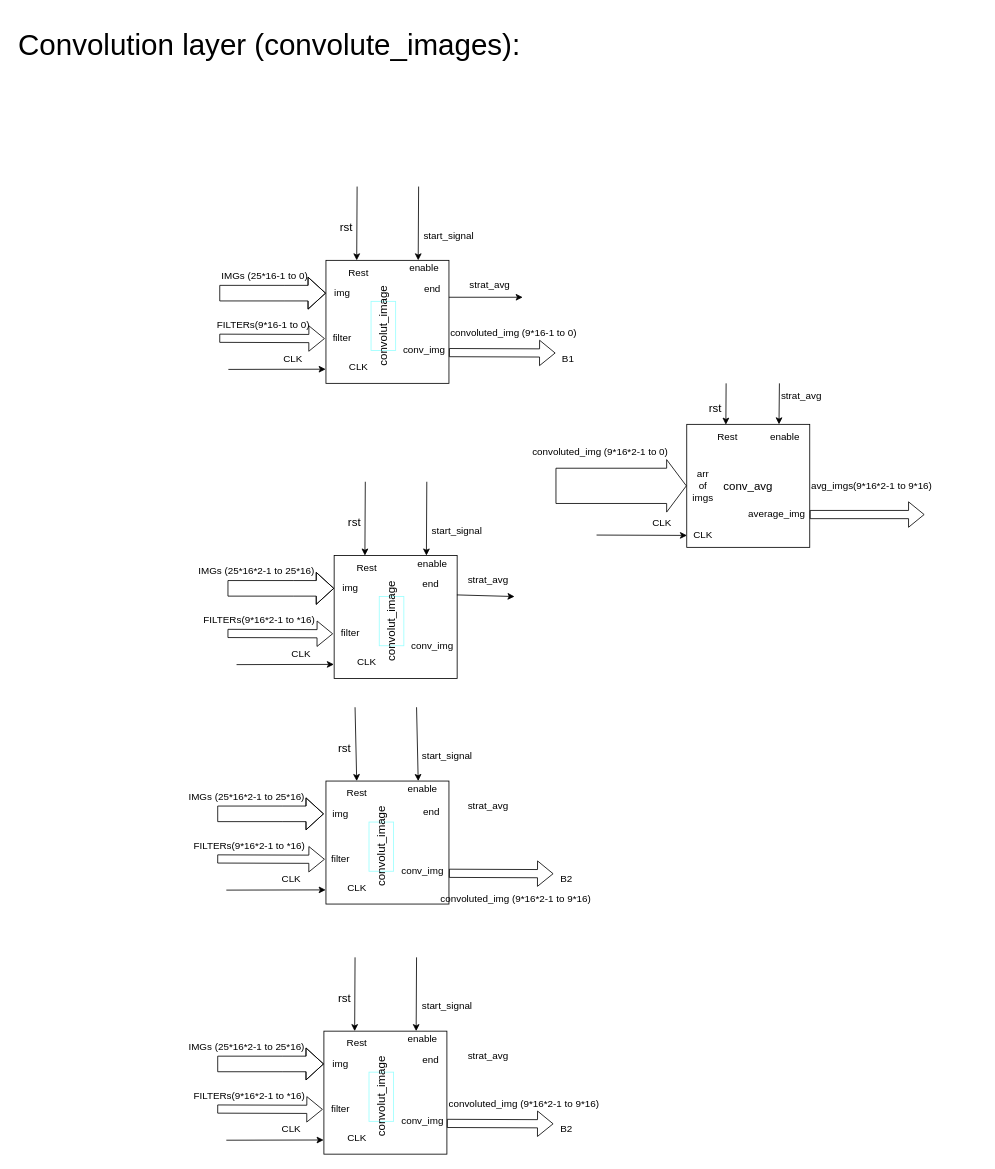
Above: design/Untitled Diagram.drawio in abdallahabusedo/DCNN (draw.io), before the change. Source tidied: cells renumbered, new cells numbered last; positions are measured from the earlier drawing's top-left corner, leaving out a move shared by most shapes. Both pictures are drawn from the tidied source at 82%, with x=0, y=0 at pixel (14, 22).
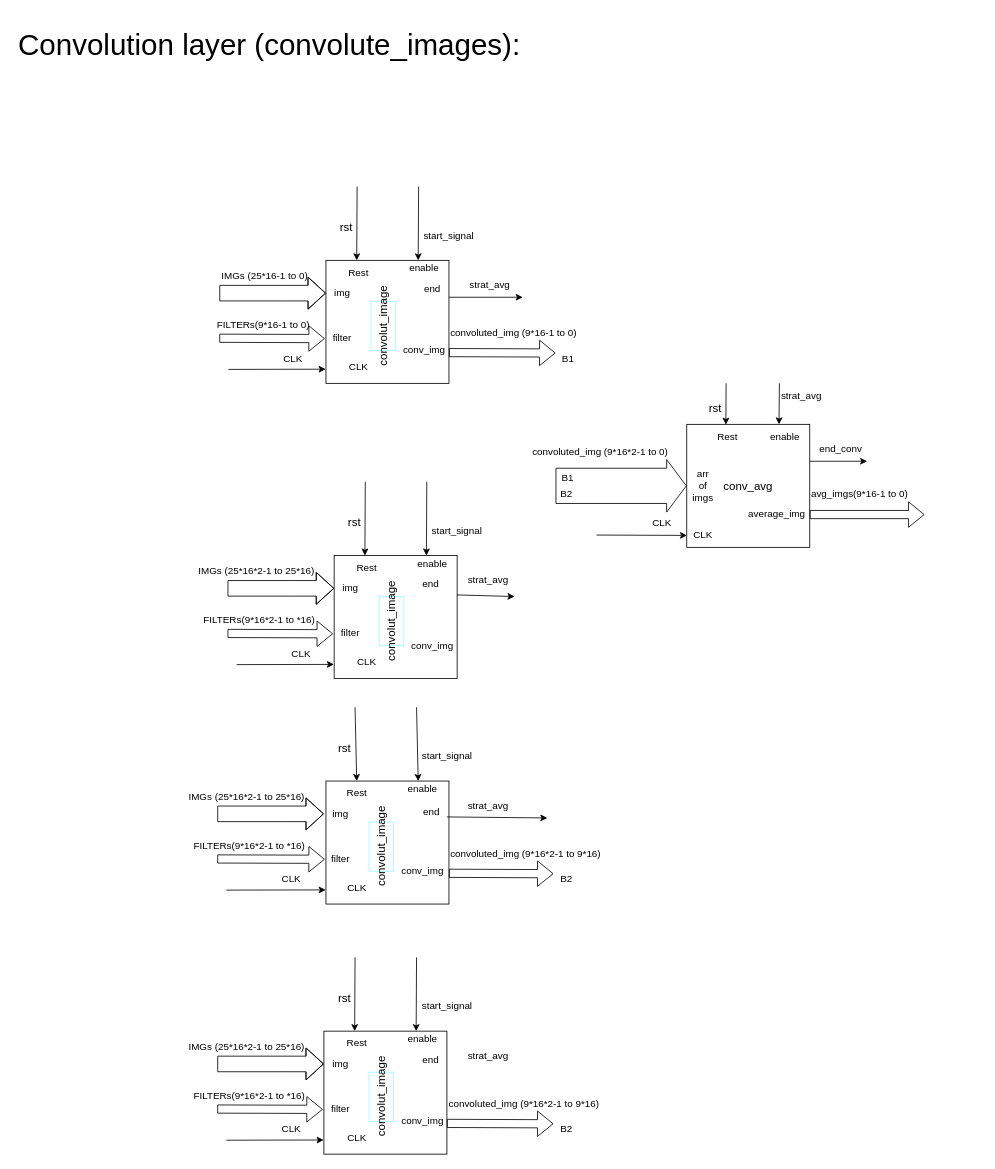
After the change.

Commit message (it also covers changes not shown here):
Update convolute_images design

The change refers to these unchanged cells:
```xml
<mxCell id="98" value="end" style="text;html=1;strokeColor=none;fillColor=none;align=center;verticalAlign=middle;whiteSpace=wrap;rounded=0;" parent="1" vertex="1">
  <mxGeometry x="490" y="950" width="37.5" height="25" as="geometry" />
</mxCell>
```

The edit, as a diff of the source:
```diff
@@
-    <mxCell id="46" value="avg_imgs&lt;span&gt;(9*16*2-1 to 9*16)&amp;nbsp;&lt;/span&gt;" style="text;html=1;strokeColor=none;fillColor=none;align=left;verticalAlign=middle;whiteSpace=wrap;rounded=0;" parent="1" vertex="1">
-      <mxGeometry x="970" y="555" width="210" height="20" as="geometry" />
+    <mxCell id="46" value="avg_imgs&lt;span&gt;(9*16-1 to 0)&amp;nbsp;&lt;/span&gt;" style="text;html=1;strokeColor=none;fillColor=none;align=left;verticalAlign=middle;whiteSpace=wrap;rounded=0;" parent="1" vertex="1">
+      <mxGeometry x="970" y="565" width="210" height="20" as="geometry" />
     </mxCell>
@@
     <mxCell id="91" value="&lt;h1&gt;&lt;span style=&quot;font-weight: normal&quot;&gt;&lt;font style=&quot;font-size: 12px&quot;&gt;convoluted_img&amp;nbsp;&lt;/font&gt;&lt;/span&gt;&lt;span style=&quot;font-weight: normal&quot;&gt;&lt;font style=&quot;font-size: 12px&quot;&gt;(9*16*2-1 to 9*16)&amp;nbsp;&lt;/font&gt;&lt;/span&gt;&lt;/h1&gt;" style="text;html=1;strokeColor=none;fillColor=none;align=left;verticalAlign=middle;whiteSpace=wrap;rounded=0;" parent="1" vertex="1">
-      <mxGeometry x="517.5" y="1055" width="210" height="20" as="geometry" />
+      <mxGeometry x="530" y="1000" width="210" height="20" as="geometry" />
     </mxCell>
@@
+    <mxCell id="110" style="endArrow=classic;html=1;" parent="1" edge="1">
+      <mxGeometry relative="1" as="geometry">
+        <mxPoint x="970" y="535" as="sourcePoint" />
+        <mxPoint x="1040" y="535" as="targetPoint" />
+      </mxGeometry>
+    </mxCell>
+    <mxCell id="111" value="end_conv" style="text;html=1;strokeColor=none;fillColor=none;align=left;verticalAlign=middle;whiteSpace=wrap;rounded=0;" parent="1" vertex="1">
+      <mxGeometry x="980" y="510" width="40" height="20" as="geometry" />
+    </mxCell>
+    <mxCell id="112" value="B1" style="text;html=1;strokeColor=none;fillColor=none;align=center;verticalAlign=middle;whiteSpace=wrap;rounded=0;" parent="1" vertex="1">
+      <mxGeometry x="655" y="545" width="40" height="20" as="geometry" />
+    </mxCell>
+    <mxCell id="113" value="B2" style="text;html=1;align=center;verticalAlign=middle;strokeColor=none;" parent="1" vertex="1">
+      <mxGeometry x="657.5" y="565" width="30" height="20" as="geometry" />
+    </mxCell>
+    <mxCell id="114" style="endArrow=classic;html=1;exitX=1;exitY=0.75;exitDx=0;exitDy=0;" parent="1" edge="1" source="98">
+      <mxGeometry relative="1" as="geometry">
+        <mxPoint x="650" y="970" as="targetPoint" />
+      </mxGeometry>
+    </mxCell>
```
